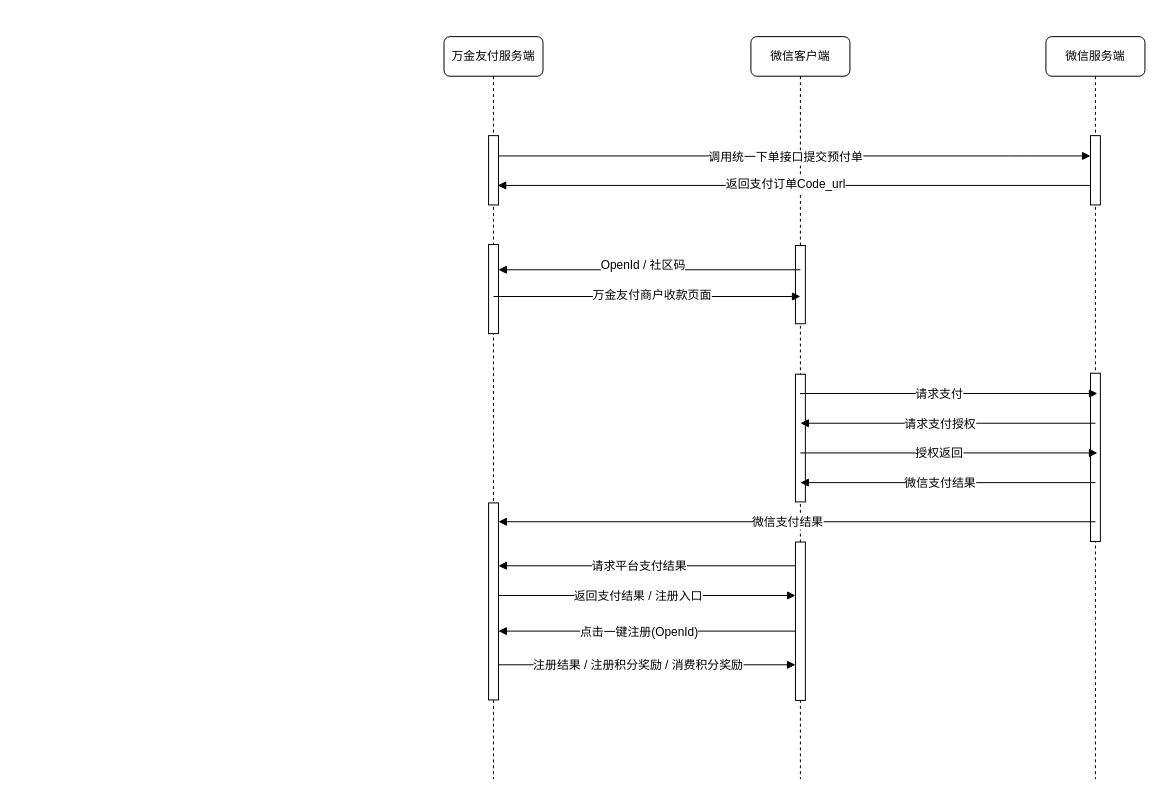
firefirefirewood/Hello-World keeps this draw.io diagram as page "场景2-非万金友会员支付" (2 of 4) of Untitled Diagram.drawio. Above is the earlier version. Source tidied: cells renumbered, new cells numbered last; positions are measured from the earlier drawing's top-left corner, leaving out a move shared by most shapes. Both pictures are drawn from the tidied source at 99%, with x=0, y=0 at pixel (444, 37).
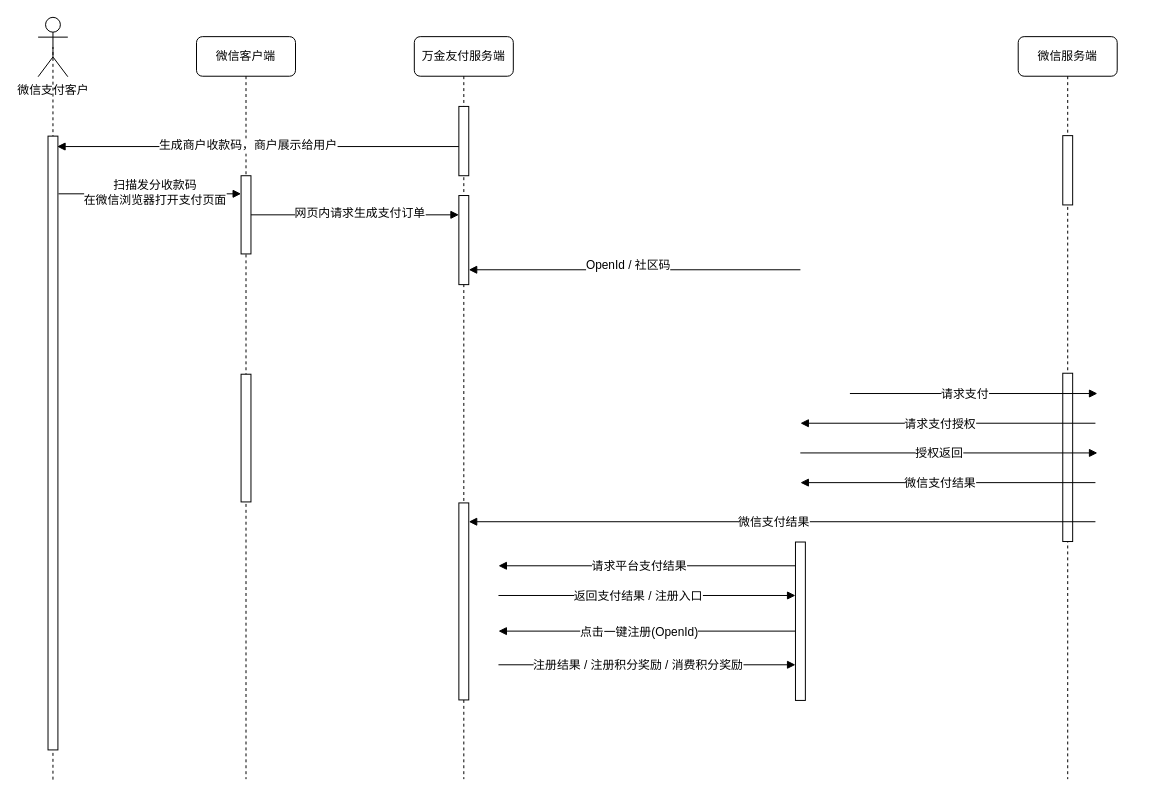
Above is the later version.

Unchanged cells that the change refers to:
```xml
<mxCell id="7" style="html=1;points=[];perimeter=orthogonalPerimeter;rounded=0;shadow=0;comic=0;labelBackgroundColor=none;strokeWidth=1;fontFamily=Verdana;fontSize=12;align=center;" parent="6" vertex="1">
  <mxGeometry x="45" y="100" width="10" height="70" as="geometry" />
</mxCell>
```

The edit, as a diff of the source:
```diff
@@
     <mxCell id="2" value="万金友付服务端" style="shape=umlLifeline;perimeter=lifelinePerimeter;whiteSpace=wrap;html=1;rounded=1;shadow=0;comic=0;labelBackgroundColor=none;strokeWidth=1;fontFamily=Verdana;fontSize=12;align=center;" parent="1" vertex="1">
-      <mxGeometry y="-0.5" width="100" height="750" as="geometry" />
+      <mxGeometry x="-30" y="-0.5" width="100" height="750" as="geometry" />
     </mxCell>
     <mxCell id="3" style="html=1;points=[];perimeter=orthogonalPerimeter;rounded=0;shadow=0;comic=0;labelBackgroundColor=none;strokeWidth=1;fontFamily=Verdana;fontSize=12;align=center;" parent="2" vertex="1">
-      <mxGeometry x="45" y="100" width="10" height="70" as="geometry" />
+      <mxGeometry x="45" y="70.5" width="10" height="70" as="geometry" />
     </mxCell>
     <mxCell id="4" style="html=1;points=[];perimeter=orthogonalPerimeter;rounded=0;shadow=0;comic=0;labelBackgroundColor=none;strokeWidth=1;fontFamily=Verdana;fontSize=12;align=center;" parent="2" vertex="1">
-      <mxGeometry x="45" y="210" width="10" height="90" as="geometry" />
+      <mxGeometry x="45" y="160.5" width="10" height="90" as="geometry" />
     </mxCell>
@@
     <mxCell id="6" value="微信服务端" style="shape=umlLifeline;perimeter=lifelinePerimeter;whiteSpace=wrap;html=1;rounded=1;shadow=0;comic=0;labelBackgroundColor=none;strokeWidth=1;fontFamily=Verdana;fontSize=12;align=center;" parent="1" vertex="1">
-      <mxGeometry x="608" y="-0.5" width="100" height="750" as="geometry" />
+      <mxGeometry x="580" y="-0.5" width="100" height="750" as="geometry" />
     </mxCell>
@@
     <mxCell id="9" value="微信客户端" style="shape=umlLifeline;perimeter=lifelinePerimeter;whiteSpace=wrap;html=1;outlineConnect=0;rounded=1;shadow=0;comic=0;labelBackgroundColor=none;strokeWidth=1;fontFamily=Verdana;fontSize=12;align=center;" parent="1" vertex="1">
-      <mxGeometry x="310" y="-0.5" width="100" height="750" as="geometry" />
+      <mxGeometry x="-250" y="-0.5" width="100" height="750" as="geometry" />
     </mxCell>
     <mxCell id="10" style="html=1;points=[];perimeter=orthogonalPerimeter;rounded=0;shadow=0;comic=0;labelBackgroundColor=none;strokeWidth=1;fontFamily=Verdana;fontSize=12;align=center;" parent="9" vertex="1">
-      <mxGeometry x="45" y="211" width="10" height="79" as="geometry" />
+      <mxGeometry x="45" y="140.5" width="10" height="79" as="geometry" />
     </mxCell>
@@
-    <mxCell id="12" style="html=1;verticalAlign=bottom;endArrow=block;labelBackgroundColor=none;fontFamily=Verdana;fontSize=12;elbow=vertical;" parent="1" edge="1">
-      <mxGeometry relative="1" as="geometry">
-        <mxPoint x="50" y="262" as="sourcePoint" />
-        <mxPoint x="360" y="262" as="targetPoint" />
-      </mxGeometry>
+    <mxCell id="12" style="html=1;verticalAlign=bottom;endArrow=block;labelBackgroundColor=none;fontFamily=Verdana;fontSize=12;elbow=vertical;exitX=1.059;exitY=0.094;exitDx=0;exitDy=0;exitPerimeter=0;" parent="1" edge="1" source="41" target="10">
+      <mxGeometry relative="1" as="geometry" />
     </mxCell>
-    <mxCell id="13" value="万金友付商户收款页面" style="text;html=1;align=center;verticalAlign=middle;labelBackgroundColor=#ffffff;" parent="12" vertex="1">
+    <mxCell id="13" value="扫描发分收款码&lt;br&gt;在微信浏览器打开支付页面" style="text;html=1;align=center;verticalAlign=middle;labelBackgroundColor=#ffffff;" parent="12" vertex="1">
       <mxGeometry y="-10" relative="1" as="geometry">
         <mxPoint x="4.5" y="-12" as="offset" />
       </mxGeometry>
     </mxCell>
@@
-    <mxCell id="16" style="html=1;verticalAlign=bottom;endArrow=block;labelBackgroundColor=none;fontFamily=Verdana;fontSize=12;elbow=vertical;" parent="1" edge="1" source="3" target="7">
-      <mxGeometry relative="1" as="geometry">
-        <Array as="points">
-          <mxPoint x="580" y="120" />
-        </Array>
-      </mxGeometry>
-    </mxCell>
-    <mxCell id="17" value="调用统一下单接口提交预付单" style="text;html=1;align=center;verticalAlign=middle;labelBackgroundColor=#ffffff;" parent="16" vertex="1">
-      <mxGeometry y="-10" relative="1" as="geometry">
-        <mxPoint x="-10" y="-9" as="offset" />
-      </mxGeometry>
-    </mxCell>
-    <mxCell id="18" style="html=1;verticalAlign=bottom;endArrow=block;labelBackgroundColor=none;fontFamily=Verdana;fontSize=12;elbow=vertical;entryX=0.929;entryY=0.835;entryDx=0;entryDy=0;entryPerimeter=0;" parent="1" edge="1">
-      <mxGeometry relative="1" as="geometry">
-        <mxPoint x="653" y="149.8" as="sourcePoint" />
-        <mxPoint x="54.3" y="149.8" as="targetPoint" />
-      </mxGeometry>
+    <mxCell id="18" style="html=1;verticalAlign=bottom;endArrow=block;labelBackgroundColor=none;fontFamily=Verdana;fontSize=12;elbow=vertical;entryX=0.92;entryY=0.017;entryDx=0;entryDy=0;entryPerimeter=0;" parent="1" edge="1" source="3" target="41">
+      <mxGeometry relative="1" as="geometry" />
     </mxCell>
-    <mxCell id="19" value="返回支付订单Code_url" style="text;html=1;align=center;verticalAlign=middle;labelBackgroundColor=#ffffff;" parent="18" vertex="1">
+    <mxCell id="19" value="生成商户收款码，商户展示给用户" style="text;html=1;align=center;verticalAlign=middle;labelBackgroundColor=#ffffff;" parent="18" vertex="1">
       <mxGeometry y="-10" relative="1" as="geometry">
         <mxPoint x="-10" y="9" as="offset" />
       </mxGeometry>
     </mxCell>
-    <mxCell id="20" style="html=1;verticalAlign=bottom;endArrow=block;labelBackgroundColor=none;fontFamily=Verdana;fontSize=12;elbow=vertical;" parent="1" edge="1" source="9">
+    <mxCell id="20" style="html=1;verticalAlign=bottom;endArrow=block;labelBackgroundColor=none;fontFamily=Verdana;fontSize=12;elbow=vertical;" parent="1" edge="1">
       <mxGeometry relative="1" as="geometry">
+        <mxPoint x="410" y="360" as="sourcePoint" />
         <mxPoint x="660" y="360" as="targetPoint" />
       </mxGeometry>
     </mxCell>
@@
+    <mxCell id="39" value="微信支付客户" style="shape=umlActor;verticalLabelPosition=bottom;labelBackgroundColor=#ffffff;verticalAlign=top;html=1;outlineConnect=0;" parent="1" vertex="1">
+      <mxGeometry x="-410" y="-20" width="30" height="60" as="geometry" />
+    </mxCell>
+    <mxCell id="40" style="endArrow=none;dashed=1;html=1;strokeColor=#000000;entryX=0.5;entryY=0.5;entryDx=0;entryDy=0;entryPerimeter=0;" parent="1" edge="1" target="39">
+      <mxGeometry relative="1" as="geometry">
+        <mxPoint x="-395" y="750" as="sourcePoint" />
+      </mxGeometry>
+    </mxCell>
+    <mxCell id="41" style="html=1;points=[];perimeter=orthogonalPerimeter;rounded=0;shadow=0;comic=0;labelBackgroundColor=none;strokeWidth=1;fontFamily=Verdana;fontSize=12;align=center;" parent="1" vertex="1">
+      <mxGeometry x="-400" y="100" width="10" height="620" as="geometry" />
+    </mxCell>
+    <mxCell id="42" style="html=1;verticalAlign=bottom;endArrow=block;labelBackgroundColor=none;fontFamily=Verdana;fontSize=12;elbow=vertical;" parent="1" edge="1" source="10" target="4">
+      <mxGeometry relative="1" as="geometry" />
+    </mxCell>
+    <mxCell id="43" value="网页内请求生成支付订单" style="text;html=1;align=center;verticalAlign=middle;labelBackgroundColor=#ffffff;" parent="42" vertex="1">
+      <mxGeometry y="-10" relative="1" as="geometry">
+        <mxPoint x="4.5" y="-12" as="offset" />
+      </mxGeometry>
+    </mxCell>
```
